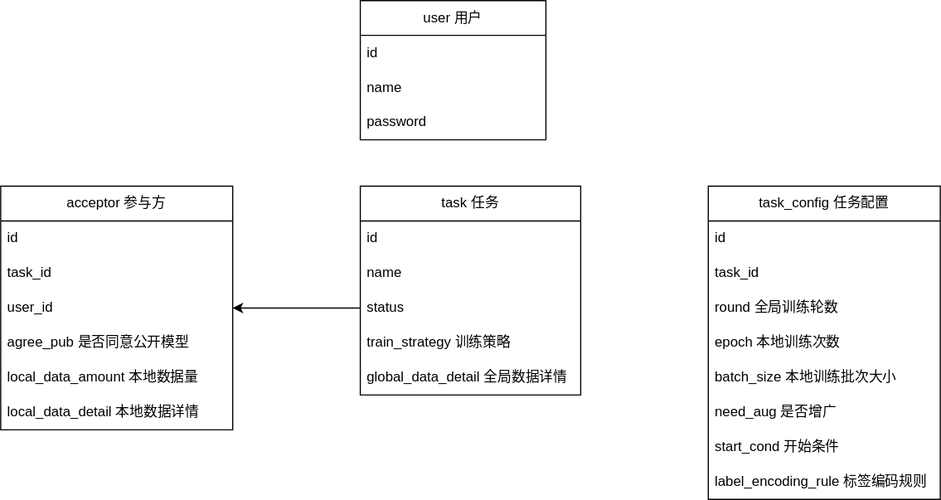
The draw.io diagram 数据库ER.svg in hiro942/drawio, before a commit. Source tidied: cells renumbered, new cells last; positions are measured from the earlier drawing's top-left corner, leaving out a move shared by most shapes.
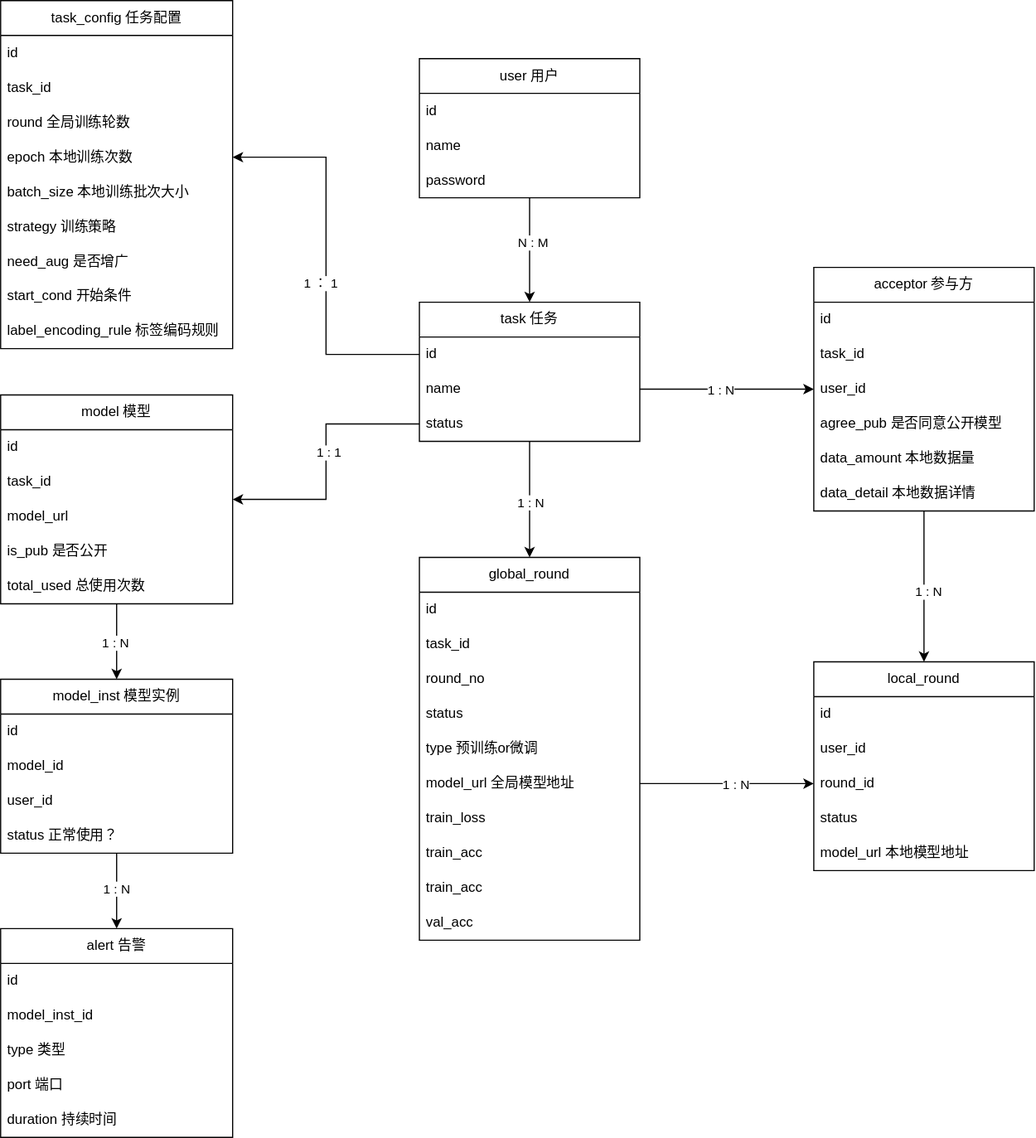
After the change.

Commit message:
更新数据库ER.svg

The edit, as a diff of the source:
```diff
@@ -4,4 +4,10 @@
     <mxCell id="1" parent="0" />
+    <mxCell id="29" style="edgeStyle=orthogonalEdgeStyle;rounded=0;jettySize=auto;html=1;entryX=0.5;entryY=0;entryDx=0;entryDy=0;" parent="1" edge="1" source="2" target="34">
+      <mxGeometry relative="1" as="geometry" />
+    </mxCell>
+    <mxCell id="30" value="1 : N" style="edgeLabel;html=1;align=center;verticalAlign=middle;" parent="29" vertex="1">
+      <mxGeometry x="0.03" relative="1" as="geometry" />
+    </mxCell>
     <mxCell id="2" value="task 任务" style="swimlane;fontStyle=0;horizontal=1;startSize=30;whiteSpace=wrap;html=1;" parent="1" vertex="1">
-      <mxGeometry x="310" y="160" width="190" height="180" as="geometry" />
+      <mxGeometry x="310" y="160" width="190" height="120" as="geometry" />
     </mxCell>
@@ -16,43 +22,22 @@
     </mxCell>
-    <mxCell id="6" value="train_strategy 训练策略" style="text;strokeColor=none;fillColor=none;align=left;verticalAlign=middle;spacingLeft=4;spacingRight=4;overflow=hidden;whiteSpace=wrap;html=1;" parent="2" vertex="1">
-      <mxGeometry y="120" width="190" height="30" as="geometry" />
-    </mxCell>
-    <mxCell id="7" value="global_data_detail 全局数据详情" style="text;strokeColor=none;fillColor=none;align=left;verticalAlign=middle;spacingLeft=4;spacingRight=4;overflow=hidden;whiteSpace=wrap;html=1;" parent="2" vertex="1">
-      <mxGeometry y="150" width="190" height="30" as="geometry" />
-    </mxCell>
+    <mxCell id="31" style="edgeStyle=orthogonalEdgeStyle;rounded=0;jettySize=auto;html=1;entryX=0.5;entryY=0;entryDx=0;entryDy=0;" parent="1" edge="1" source="8" target="2">
+      <mxGeometry relative="1" as="geometry" />
+    </mxCell>
+    <mxCell id="32" value="N : M" style="edgeLabel;html=1;align=center;verticalAlign=middle;" parent="31" vertex="1">
+      <mxGeometry x="-0.14" y="2" relative="1" as="geometry" />
+    </mxCell>
     <mxCell id="8" value="user 用户" style="swimlane;fontStyle=0;horizontal=1;startSize=30;whiteSpace=wrap;html=1;" parent="1" vertex="1">
-      <mxGeometry x="310" width="160" height="120" as="geometry" />
+      <mxGeometry x="310" y="-50" width="190" height="120" as="geometry" />
     </mxCell>
     <mxCell id="9" value="id" style="text;strokeColor=none;fillColor=none;align=left;verticalAlign=middle;spacingLeft=4;spacingRight=4;overflow=hidden;whiteSpace=wrap;html=1;" parent="8" vertex="1">
-      <mxGeometry y="30" width="160" height="30" as="geometry" />
+      <mxGeometry y="30" width="190" height="30" as="geometry" />
     </mxCell>
     <mxCell id="10" value="name" style="text;strokeColor=none;fillColor=none;align=left;verticalAlign=middle;spacingLeft=4;spacingRight=4;overflow=hidden;whiteSpace=wrap;html=1;" parent="8" vertex="1">
-      <mxGeometry y="60" width="160" height="30" as="geometry" />
+      <mxGeometry y="60" width="190" height="30" as="geometry" />
     </mxCell>
     <mxCell id="11" value="password" style="text;strokeColor=none;fillColor=none;align=left;verticalAlign=middle;spacingLeft=4;spacingRight=4;overflow=hidden;whiteSpace=wrap;html=1;" parent="8" vertex="1">
-      <mxGeometry y="90" width="160" height="30" as="geometry" />
+      <mxGeometry y="90" width="190" height="30" as="geometry" />
     </mxCell>
-    <mxCell id="12" value="acceptor 参与方" style="swimlane;fontStyle=0;horizontal=1;startSize=30;whiteSpace=wrap;html=1;" parent="1" vertex="1">
-      <mxGeometry y="160" width="200" height="210" as="geometry" />
-    </mxCell>
-    <mxCell id="13" value="id" style="text;strokeColor=none;fillColor=none;align=left;verticalAlign=middle;spacingLeft=4;spacingRight=4;overflow=hidden;whiteSpace=wrap;html=1;" parent="12" vertex="1">
-      <mxGeometry y="30" width="200" height="30" as="geometry" />
-    </mxCell>
-    <mxCell id="14" value="task_id" style="text;strokeColor=none;fillColor=none;align=left;verticalAlign=middle;spacingLeft=4;spacingRight=4;overflow=hidden;whiteSpace=wrap;html=1;" parent="12" vertex="1">
-      <mxGeometry y="60" width="200" height="30" as="geometry" />
-    </mxCell>
-    <mxCell id="15" value="user_id" style="text;strokeColor=none;fillColor=none;align=left;verticalAlign=middle;spacingLeft=4;spacingRight=4;overflow=hidden;whiteSpace=wrap;html=1;" parent="12" vertex="1">
-      <mxGeometry y="90" width="200" height="30" as="geometry" />
-    </mxCell>
-    <mxCell id="16" value="agree_pub 是否同意公开模型" style="text;strokeColor=none;fillColor=none;align=left;verticalAlign=middle;spacingLeft=4;spacingRight=4;overflow=hidden;whiteSpace=wrap;html=1;" parent="12" vertex="1">
-      <mxGeometry y="120" width="200" height="30" as="geometry" />
-    </mxCell>
-    <mxCell id="17" value="local_data_amount 本地数据量" style="text;strokeColor=none;fillColor=none;align=left;verticalAlign=middle;spacingLeft=4;spacingRight=4;overflow=hidden;whiteSpace=wrap;html=1;" parent="12" vertex="1">
-      <mxGeometry y="150" width="200" height="30" as="geometry" />
-    </mxCell>
-    <mxCell id="18" value="local_data_detail 本地数据详情" style="text;strokeColor=none;fillColor=none;align=left;verticalAlign=middle;spacingLeft=4;spacingRight=4;overflow=hidden;whiteSpace=wrap;html=1;" parent="12" vertex="1">
-      <mxGeometry y="180" width="200" height="30" as="geometry" />
-    </mxCell>
     <mxCell id="19" value="task_config 任务配置" style="swimlane;fontStyle=0;horizontal=1;startSize=30;whiteSpace=wrap;html=1;" parent="1" vertex="1">
-      <mxGeometry x="610" y="160" width="200" height="270" as="geometry" />
+      <mxGeometry x="-51" y="-100" width="200" height="300" as="geometry" />
     </mxCell>
@@ -73,14 +58,187 @@
     </mxCell>
+    <mxCell id="33" value="strategy 训练策略" style="text;strokeColor=none;fillColor=none;align=left;verticalAlign=middle;spacingLeft=4;spacingRight=4;overflow=hidden;whiteSpace=wrap;html=1;" parent="19" vertex="1">
+      <mxGeometry y="180" width="200" height="30" as="geometry" />
+    </mxCell>
     <mxCell id="25" value="need_aug 是否增广" style="text;strokeColor=none;fillColor=none;align=left;verticalAlign=middle;spacingLeft=4;spacingRight=4;overflow=hidden;whiteSpace=wrap;html=1;" parent="19" vertex="1">
-      <mxGeometry y="180" width="200" height="30" as="geometry" />
+      <mxGeometry y="210" width="200" height="30" as="geometry" />
     </mxCell>
     <mxCell id="26" value="start_cond 开始条件" style="text;strokeColor=none;fillColor=none;align=left;verticalAlign=middle;spacingLeft=4;spacingRight=4;overflow=hidden;whiteSpace=wrap;html=1;" parent="19" vertex="1">
-      <mxGeometry y="210" width="200" height="30" as="geometry" />
+      <mxGeometry y="240" width="200" height="30" as="geometry" />
     </mxCell>
     <mxCell id="27" value="label_encoding_rule 标签编码规则" style="text;strokeColor=none;fillColor=none;align=left;verticalAlign=middle;spacingLeft=4;spacingRight=4;overflow=hidden;whiteSpace=wrap;html=1;" parent="19" vertex="1">
-      <mxGeometry y="240" width="200" height="30" as="geometry" />
+      <mxGeometry y="270" width="200" height="30" as="geometry" />
     </mxCell>
-    <mxCell id="28" style="edgeStyle=orthogonalEdgeStyle;rounded=0;jettySize=auto;html=1;entryX=1;entryY=0.5;entryDx=0;entryDy=0;" parent="1" edge="1" source="5" target="12">
-      <mxGeometry relative="1" as="geometry" />
-    </mxCell>
+    <mxCell id="34" value="global_round" style="swimlane;fontStyle=0;horizontal=1;startSize=30;whiteSpace=wrap;html=1;" parent="1" vertex="1">
+      <mxGeometry x="310" y="380" width="190" height="330" as="geometry" />
+    </mxCell>
+    <mxCell id="35" value="id" style="text;strokeColor=none;fillColor=none;align=left;verticalAlign=middle;spacingLeft=4;spacingRight=4;overflow=hidden;whiteSpace=wrap;html=1;" parent="34" vertex="1">
+      <mxGeometry y="30" width="190" height="30" as="geometry" />
+    </mxCell>
+    <mxCell id="36" value="task_id&amp;nbsp;" style="text;strokeColor=none;fillColor=none;align=left;verticalAlign=middle;spacingLeft=4;spacingRight=4;overflow=hidden;whiteSpace=wrap;html=1;" parent="34" vertex="1">
+      <mxGeometry y="60" width="190" height="30" as="geometry" />
+    </mxCell>
+    <mxCell id="37" value="round_no&amp;nbsp;" style="text;strokeColor=none;fillColor=none;align=left;verticalAlign=middle;spacingLeft=4;spacingRight=4;overflow=hidden;whiteSpace=wrap;html=1;" parent="34" vertex="1">
+      <mxGeometry y="90" width="190" height="30" as="geometry" />
+    </mxCell>
+    <mxCell id="38" value="status&amp;nbsp;" style="text;strokeColor=none;fillColor=none;align=left;verticalAlign=middle;spacingLeft=4;spacingRight=4;overflow=hidden;whiteSpace=wrap;html=1;" parent="34" vertex="1">
+      <mxGeometry y="120" width="190" height="30" as="geometry" />
+    </mxCell>
+    <mxCell id="39" value="type 预训练or微调" style="text;strokeColor=none;fillColor=none;align=left;verticalAlign=middle;spacingLeft=4;spacingRight=4;overflow=hidden;whiteSpace=wrap;html=1;" parent="34" vertex="1">
+      <mxGeometry y="150" width="190" height="30" as="geometry" />
+    </mxCell>
+    <mxCell id="40" value="model_url 全局模型地址" style="text;strokeColor=none;fillColor=none;align=left;verticalAlign=middle;spacingLeft=4;spacingRight=4;overflow=hidden;points=[[0,0.5],[1,0.5]];portConstraint=eastwest;whiteSpace=wrap;html=1;" parent="34" vertex="1">
+      <mxGeometry y="180" width="190" height="30" as="geometry" />
+    </mxCell>
+    <mxCell id="41" value="train_loss&amp;nbsp;" style="text;strokeColor=none;fillColor=none;align=left;verticalAlign=middle;spacingLeft=4;spacingRight=4;overflow=hidden;whiteSpace=wrap;html=1;" parent="34" vertex="1">
+      <mxGeometry y="210" width="190" height="30" as="geometry" />
+    </mxCell>
+    <mxCell id="42" value="train_acc" style="text;strokeColor=none;fillColor=none;align=left;verticalAlign=middle;spacingLeft=4;spacingRight=4;overflow=hidden;whiteSpace=wrap;html=1;" parent="34" vertex="1">
+      <mxGeometry y="240" width="190" height="30" as="geometry" />
+    </mxCell>
+    <mxCell id="43" value="train_acc" style="text;strokeColor=none;fillColor=none;align=left;verticalAlign=middle;spacingLeft=4;spacingRight=4;overflow=hidden;whiteSpace=wrap;html=1;" parent="34" vertex="1">
+      <mxGeometry y="270" width="190" height="30" as="geometry" />
+    </mxCell>
+    <mxCell id="44" value="val_acc&amp;nbsp;" style="text;strokeColor=none;fillColor=none;align=left;verticalAlign=middle;spacingLeft=4;spacingRight=4;overflow=hidden;whiteSpace=wrap;html=1;" parent="34" vertex="1">
+      <mxGeometry y="300" width="190" height="30" as="geometry" />
+    </mxCell>
+    <mxCell id="45" value="local_round" style="swimlane;fontStyle=0;horizontal=1;startSize=30;whiteSpace=wrap;html=1;" parent="1" vertex="1">
+      <mxGeometry x="650" y="470" width="190" height="180" as="geometry" />
+    </mxCell>
+    <mxCell id="46" value="id" style="text;strokeColor=none;fillColor=none;align=left;verticalAlign=middle;spacingLeft=4;spacingRight=4;overflow=hidden;whiteSpace=wrap;html=1;" parent="45" vertex="1">
+      <mxGeometry y="30" width="190" height="30" as="geometry" />
+    </mxCell>
+    <mxCell id="47" value="user_id" style="text;strokeColor=none;fillColor=none;align=left;verticalAlign=middle;spacingLeft=4;spacingRight=4;overflow=hidden;whiteSpace=wrap;html=1;" parent="45" vertex="1">
+      <mxGeometry y="60" width="190" height="30" as="geometry" />
+    </mxCell>
+    <mxCell id="48" value="round_id" style="text;strokeColor=none;fillColor=none;align=left;verticalAlign=middle;spacingLeft=4;spacingRight=4;overflow=hidden;points=[[0,0.5],[1,0.5]];portConstraint=eastwest;whiteSpace=wrap;html=1;" parent="45" vertex="1">
+      <mxGeometry y="90" width="190" height="30" as="geometry" />
+    </mxCell>
+    <mxCell id="49" value="status&amp;nbsp;" style="text;strokeColor=none;fillColor=none;align=left;verticalAlign=middle;spacingLeft=4;spacingRight=4;overflow=hidden;whiteSpace=wrap;html=1;" parent="45" vertex="1">
+      <mxGeometry y="120" width="190" height="30" as="geometry" />
+    </mxCell>
+    <mxCell id="50" value="model_url 本地模型地址" style="text;strokeColor=none;fillColor=none;align=left;verticalAlign=middle;spacingLeft=4;spacingRight=4;overflow=hidden;whiteSpace=wrap;html=1;" parent="45" vertex="1">
+      <mxGeometry y="150" width="190" height="30" as="geometry" />
+    </mxCell>
+    <mxCell id="51" style="edgeStyle=orthogonalEdgeStyle;rounded=0;jettySize=auto;html=1;entryX=0;entryY=0.5;entryDx=0;entryDy=0;exitX=1;exitY=0.5;exitDx=0;exitDy=0;" parent="1" edge="1" source="40" target="48">
+      <mxGeometry relative="1" as="geometry" />
+    </mxCell>
+    <mxCell id="52" value="1 : N" style="edgeLabel;html=1;align=center;verticalAlign=middle;" parent="51" vertex="1">
+      <mxGeometry x="-0.12" y="-2" relative="1" as="geometry">
+        <mxPoint x="15" y="-2" as="offset" />
+      </mxGeometry>
+    </mxCell>
+    <mxCell id="53" style="edgeStyle=orthogonalEdgeStyle;rounded=0;jettySize=auto;html=1;exitX=0;exitY=0.5;exitDx=0;exitDy=0;" parent="1" edge="1" source="3" target="23">
+      <mxGeometry relative="1" as="geometry" />
+    </mxCell>
+    <mxCell id="54" value="1 ： 1" style="edgeLabel;html=1;align=center;verticalAlign=middle;" parent="53" vertex="1">
+      <mxGeometry x="-0.14" y="1" relative="1" as="geometry">
+        <mxPoint x="-4" y="-1" as="offset" />
+      </mxGeometry>
+    </mxCell>
+    <mxCell id="55" style="edgeStyle=orthogonalEdgeStyle;rounded=0;jettySize=auto;html=1;entryX=0.5;entryY=0;entryDx=0;entryDy=0;" parent="1" edge="1" source="12" target="45">
+      <mxGeometry relative="1" as="geometry" />
+    </mxCell>
+    <mxCell id="56" value="1 : N" style="edgeLabel;html=1;align=center;verticalAlign=middle;" parent="55" vertex="1">
+      <mxGeometry x="0.06" y="3" relative="1" as="geometry">
+        <mxPoint y="1" as="offset" />
+      </mxGeometry>
+    </mxCell>
+    <mxCell id="12" value="acceptor 参与方" style="swimlane;fontStyle=0;horizontal=1;startSize=30;whiteSpace=wrap;html=1;" parent="1" vertex="1">
+      <mxGeometry x="650" y="130" width="190" height="210" as="geometry" />
+    </mxCell>
+    <mxCell id="57" value="id" style="text;strokeColor=none;fillColor=none;align=left;verticalAlign=middle;spacingLeft=4;spacingRight=4;overflow=hidden;whiteSpace=wrap;html=1;" parent="12" vertex="1">
+      <mxGeometry y="30" width="190" height="30" as="geometry" />
+    </mxCell>
+    <mxCell id="58" value="task_id" style="text;strokeColor=none;fillColor=none;align=left;verticalAlign=middle;spacingLeft=4;spacingRight=4;overflow=hidden;whiteSpace=wrap;html=1;" parent="12" vertex="1">
+      <mxGeometry y="60" width="190" height="30" as="geometry" />
+    </mxCell>
+    <mxCell id="59" value="user_id" style="text;strokeColor=none;fillColor=none;align=left;verticalAlign=middle;spacingLeft=4;spacingRight=4;overflow=hidden;whiteSpace=wrap;html=1;" parent="12" vertex="1">
+      <mxGeometry y="90" width="190" height="30" as="geometry" />
+    </mxCell>
+    <mxCell id="16" value="agree_pub 是否同意公开模型" style="text;strokeColor=none;fillColor=none;align=left;verticalAlign=middle;spacingLeft=4;spacingRight=4;overflow=hidden;whiteSpace=wrap;html=1;" parent="12" vertex="1">
+      <mxGeometry y="120" width="190" height="30" as="geometry" />
+    </mxCell>
+    <mxCell id="60" value="data_amount 本地数据量" style="text;strokeColor=none;fillColor=none;align=left;verticalAlign=middle;spacingLeft=4;spacingRight=4;overflow=hidden;whiteSpace=wrap;html=1;" parent="12" vertex="1">
+      <mxGeometry y="150" width="190" height="30" as="geometry" />
+    </mxCell>
+    <mxCell id="61" value="data_detail 本地数据详情" style="text;strokeColor=none;fillColor=none;align=left;verticalAlign=middle;spacingLeft=4;spacingRight=4;overflow=hidden;whiteSpace=wrap;html=1;" parent="12" vertex="1">
+      <mxGeometry y="180" width="190" height="30" as="geometry" />
+    </mxCell>
+    <mxCell id="62" style="edgeStyle=orthogonalEdgeStyle;rounded=0;jettySize=auto;html=1;entryX=0;entryY=0.5;entryDx=0;entryDy=0;exitX=1;exitY=0.5;exitDx=0;exitDy=0;" parent="1" edge="1" source="4" target="12">
+      <mxGeometry relative="1" as="geometry" />
+    </mxCell>
+    <mxCell id="63" value="1 : N" style="edgeLabel;html=1;align=center;verticalAlign=middle;" parent="62" vertex="1">
+      <mxGeometry x="0.09" y="2" relative="1" as="geometry">
+        <mxPoint x="-13" y="2" as="offset" />
+      </mxGeometry>
+    </mxCell>
+    <mxCell id="64" style="edgeStyle=orthogonalEdgeStyle;rounded=0;jettySize=auto;html=1;entryX=0.5;entryY=0;entryDx=0;entryDy=0;" parent="1" edge="1" source="66" target="73">
+      <mxGeometry relative="1" as="geometry" />
+    </mxCell>
+    <mxCell id="65" value="1 : N" style="edgeLabel;html=1;align=center;verticalAlign=middle;" parent="64" vertex="1">
+      <mxGeometry x="0.03" y="-2" relative="1" as="geometry" />
+    </mxCell>
+    <mxCell id="66" value="model 模型" style="swimlane;fontStyle=0;horizontal=1;startSize=30;whiteSpace=wrap;html=1;" parent="1" vertex="1">
+      <mxGeometry x="-51" y="240" width="200" height="180" as="geometry" />
+    </mxCell>
+    <mxCell id="67" value="id" style="text;strokeColor=none;fillColor=none;align=left;verticalAlign=middle;spacingLeft=4;spacingRight=4;overflow=hidden;whiteSpace=wrap;html=1;" parent="66" vertex="1">
+      <mxGeometry y="30" width="200" height="30" as="geometry" />
+    </mxCell>
+    <mxCell id="14" value="task_id" style="text;strokeColor=none;fillColor=none;align=left;verticalAlign=middle;spacingLeft=4;spacingRight=4;overflow=hidden;whiteSpace=wrap;html=1;" parent="66" vertex="1">
+      <mxGeometry y="60" width="200" height="30" as="geometry" />
+    </mxCell>
+    <mxCell id="68" value="model_url&amp;nbsp;" style="text;strokeColor=none;fillColor=none;align=left;verticalAlign=middle;spacingLeft=4;spacingRight=4;overflow=hidden;whiteSpace=wrap;html=1;" parent="66" vertex="1">
+      <mxGeometry y="90" width="200" height="30" as="geometry" />
+    </mxCell>
+    <mxCell id="69" value="is_pub 是否公开" style="text;strokeColor=none;fillColor=none;align=left;verticalAlign=middle;spacingLeft=4;spacingRight=4;overflow=hidden;whiteSpace=wrap;html=1;" parent="66" vertex="1">
+      <mxGeometry y="120" width="200" height="30" as="geometry" />
+    </mxCell>
+    <mxCell id="70" value="total_used 总使用次数" style="text;strokeColor=none;fillColor=none;align=left;verticalAlign=middle;spacingLeft=4;spacingRight=4;overflow=hidden;whiteSpace=wrap;html=1;" parent="66" vertex="1">
+      <mxGeometry y="150" width="200" height="30" as="geometry" />
+    </mxCell>
+    <mxCell id="71" style="edgeStyle=orthogonalEdgeStyle;rounded=0;jettySize=auto;html=1;entryX=0.5;entryY=0;entryDx=0;entryDy=0;" parent="1" edge="1" source="73" target="79">
+      <mxGeometry relative="1" as="geometry" />
+    </mxCell>
+    <mxCell id="72" value="1 : N" style="edgeLabel;html=1;align=center;verticalAlign=middle;" parent="71" vertex="1">
+      <mxGeometry x="-0.06" y="-1" relative="1" as="geometry" />
+    </mxCell>
+    <mxCell id="73" value="model_inst 模型实例" style="swimlane;fontStyle=0;horizontal=1;startSize=30;whiteSpace=wrap;html=1;" parent="1" vertex="1">
+      <mxGeometry x="-51" y="485" width="200" height="150" as="geometry" />
+    </mxCell>
+    <mxCell id="74" value="id" style="text;strokeColor=none;fillColor=none;align=left;verticalAlign=middle;spacingLeft=4;spacingRight=4;overflow=hidden;whiteSpace=wrap;html=1;" parent="73" vertex="1">
+      <mxGeometry y="30" width="200" height="30" as="geometry" />
+    </mxCell>
+    <mxCell id="75" value="model_id" style="text;strokeColor=none;fillColor=none;align=left;verticalAlign=middle;spacingLeft=4;spacingRight=4;overflow=hidden;whiteSpace=wrap;html=1;" parent="73" vertex="1">
+      <mxGeometry y="60" width="200" height="30" as="geometry" />
+    </mxCell>
+    <mxCell id="15" value="user_id" style="text;strokeColor=none;fillColor=none;align=left;verticalAlign=middle;spacingLeft=4;spacingRight=4;overflow=hidden;whiteSpace=wrap;html=1;" parent="73" vertex="1">
+      <mxGeometry y="90" width="200" height="30" as="geometry" />
+    </mxCell>
+    <mxCell id="76" value="status 正常使用？" style="text;strokeColor=none;fillColor=none;align=left;verticalAlign=middle;spacingLeft=4;spacingRight=4;overflow=hidden;whiteSpace=wrap;html=1;" parent="73" vertex="1">
+      <mxGeometry y="120" width="200" height="30" as="geometry" />
+    </mxCell>
+    <mxCell id="77" style="edgeStyle=orthogonalEdgeStyle;rounded=0;jettySize=auto;html=1;entryX=1;entryY=0.5;entryDx=0;entryDy=0;exitX=0;exitY=0.5;exitDx=0;exitDy=0;" parent="1" edge="1" source="5" target="66">
+      <mxGeometry relative="1" as="geometry" />
+    </mxCell>
+    <mxCell id="78" value="1 : 1" style="edgeLabel;html=1;align=center;verticalAlign=middle;" parent="77" vertex="1">
+      <mxGeometry x="-0.08" y="2" relative="1" as="geometry" />
+    </mxCell>
+    <mxCell id="79" value="alert 告警" style="swimlane;fontStyle=0;horizontal=1;startSize=30;whiteSpace=wrap;html=1;" parent="1" vertex="1">
+      <mxGeometry x="-51" y="700" width="200" height="180" as="geometry" />
+    </mxCell>
+    <mxCell id="80" value="id" style="text;strokeColor=none;fillColor=none;align=left;verticalAlign=middle;spacingLeft=4;spacingRight=4;overflow=hidden;whiteSpace=wrap;html=1;" parent="79" vertex="1">
+      <mxGeometry y="30" width="200" height="30" as="geometry" />
+    </mxCell>
+    <mxCell id="81" value="model_inst_id" style="text;strokeColor=none;fillColor=none;align=left;verticalAlign=middle;spacingLeft=4;spacingRight=4;overflow=hidden;whiteSpace=wrap;html=1;" parent="79" vertex="1">
+      <mxGeometry y="60" width="200" height="30" as="geometry" />
+    </mxCell>
+    <mxCell id="82" value="type 类型" style="text;strokeColor=none;fillColor=none;align=left;verticalAlign=middle;spacingLeft=4;spacingRight=4;overflow=hidden;whiteSpace=wrap;html=1;" parent="79" vertex="1">
+      <mxGeometry y="90" width="200" height="30" as="geometry" />
+    </mxCell>
+    <mxCell id="83" value="port 端口" style="text;strokeColor=none;fillColor=none;align=left;verticalAlign=middle;spacingLeft=4;spacingRight=4;overflow=hidden;whiteSpace=wrap;html=1;" parent="79" vertex="1">
+      <mxGeometry y="120" width="200" height="30" as="geometry" />
+    </mxCell>
+    <mxCell id="84" value="duration 持续时间" style="text;strokeColor=none;fillColor=none;align=left;verticalAlign=middle;spacingLeft=4;spacingRight=4;overflow=hidden;whiteSpace=wrap;html=1;" parent="79" vertex="1">
+      <mxGeometry y="150" width="200" height="30" as="geometry" />
+    </mxCell>
   </root>
```
